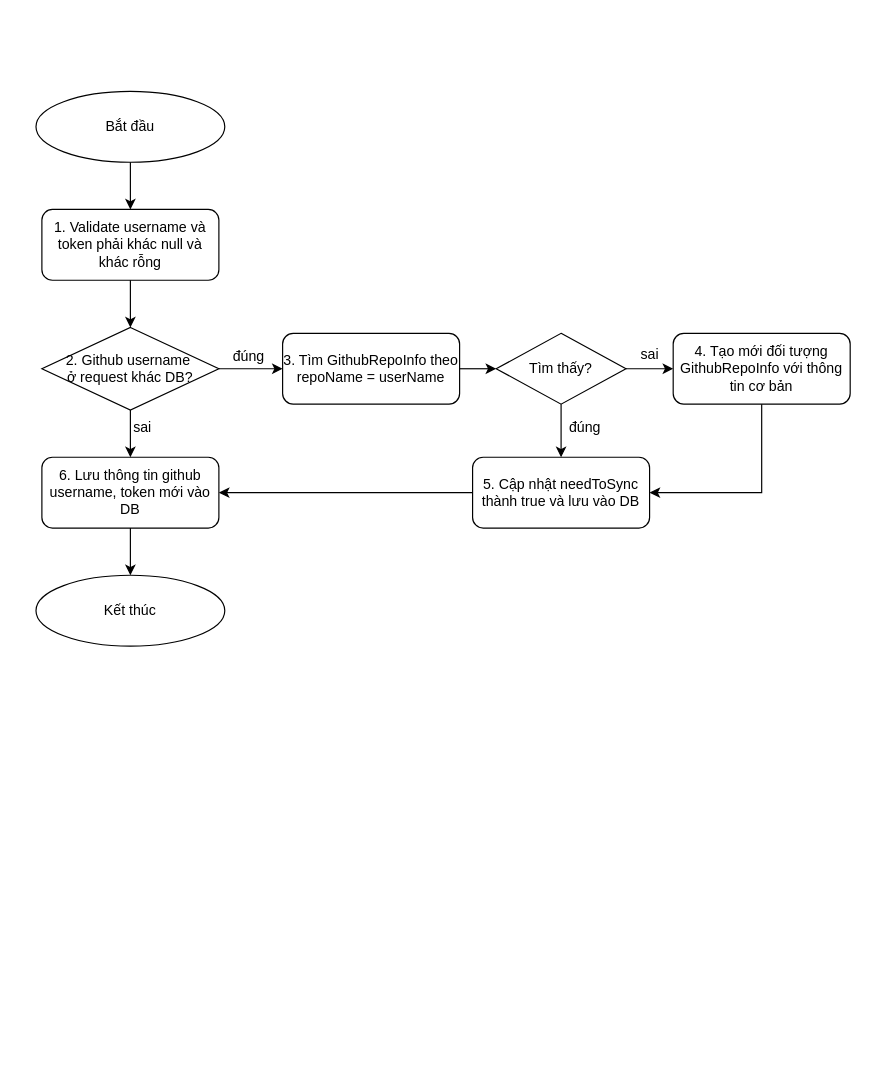
Above: page "sua github user name va token" (7 of 7) of K8SCloudNut.drawio in hiep1097/drawio (draw.io), before the change. Source tidied: cells renumbered, new cells numbered last; positions are measured from the earlier drawing's top-left corner, leaving out a move shared by most shapes. Both pictures are drawn from the tidied source at 118%, with x=0, y=0 at pixel (35, 91).
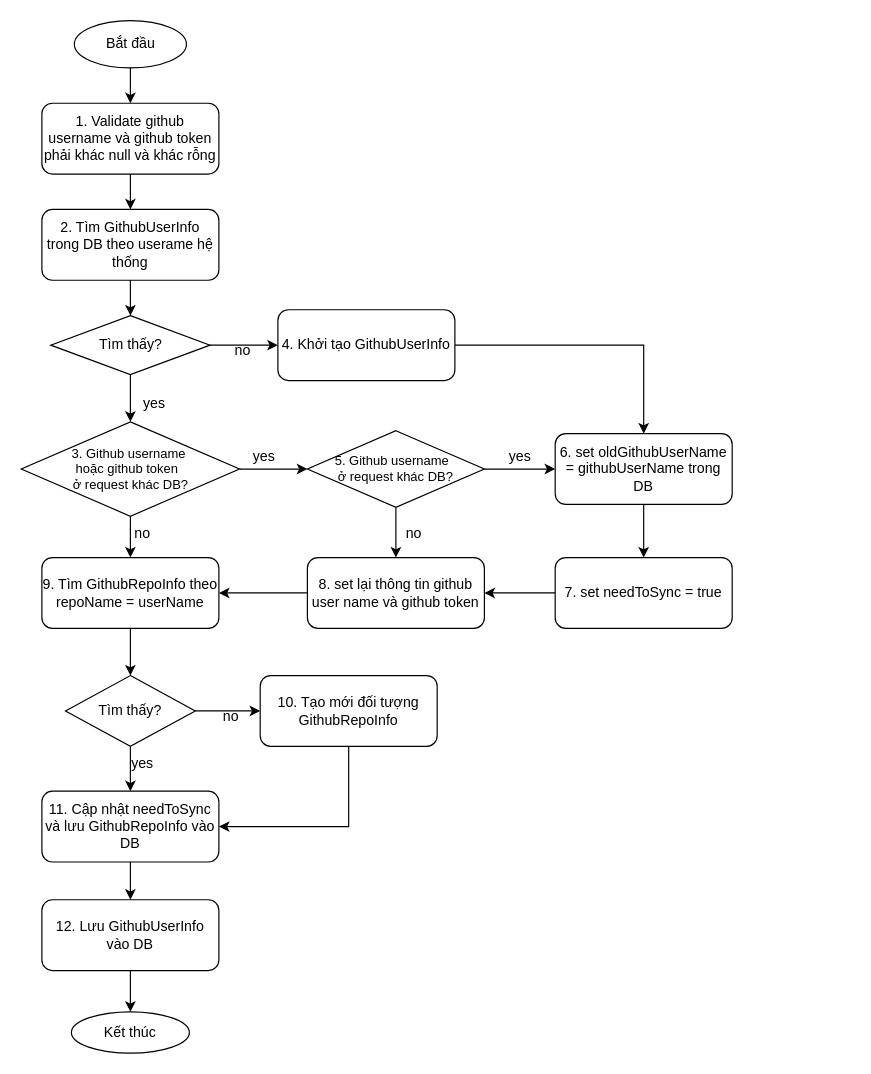
After the change.

Commit message (it also covers changes not shown here):
Cập nhật K8SCloudNut.drawio

The edit, as a diff of the source:
```diff
@@
     <mxCell id="2" value="Bắt đầu" style="ellipse;whiteSpace=wrap;html=1;" parent="1" vertex="1">
-      <mxGeometry width="160" height="60" as="geometry" />
+      <mxGeometry x="32.5" y="-60" width="95" height="40" as="geometry" />
     </mxCell>
-    <mxCell id="3" value="6. Lưu thông tin github username, token mới vào DB" style="rounded=1;whiteSpace=wrap;html=1;" parent="1" vertex="1">
-      <mxGeometry x="5" y="310" width="150" height="60" as="geometry" />
-    </mxCell>
-    <mxCell id="4" value="1. Validate username và token phải khác null và khác rỗng" style="rounded=1;whiteSpace=wrap;html=1;" parent="1" vertex="1">
-      <mxGeometry x="5" y="100" width="150" height="60" as="geometry" />
+    <mxCell id="4" value="1. Validate github username và github token phải khác null và khác rỗng" style="rounded=1;whiteSpace=wrap;html=1;" parent="1" vertex="1">
+      <mxGeometry x="5" y="10" width="150" height="60" as="geometry" />
     </mxCell>
     <mxCell id="5" value="Kết thúc" style="ellipse;whiteSpace=wrap;html=1;" parent="1" vertex="1">
-      <mxGeometry y="410" width="160" height="60" as="geometry" />
+      <mxGeometry x="30" y="780" width="100" height="35" as="geometry" />
     </mxCell>
@@
-    <mxCell id="7" style="endArrow=classic;html=1;rounded=0;" parent="1" edge="1" source="4" target="9">
-      <mxGeometry relative="1" as="geometry" />
+    <mxCell id="7" style="endArrow=classic;html=1;rounded=0;" parent="1" edge="1" source="4" target="25">
+      <mxGeometry relative="1" as="geometry">
+        <Array as="points">
+          <mxPoint x="80" y="80" />
+        </Array>
+      </mxGeometry>
     </mxCell>
-    <mxCell id="8" style="endArrow=classic;html=1;rounded=0;" parent="1" edge="1" source="3" target="5">
+    <mxCell id="8" style="endArrow=classic;html=1;rounded=0;" parent="1" edge="1" source="15" target="46">
       <mxGeometry relative="1" as="geometry" />
     </mxCell>
-    <mxCell id="9" value="2. Github username&amp;nbsp;&lt;div&gt;ở request khác DB?&lt;/div&gt;" style="rhombus;whiteSpace=wrap;html=1;" parent="1" vertex="1">
-      <mxGeometry x="5" y="200" width="150" height="70" as="geometry" />
+    <mxCell id="9" value="3. Github username&amp;nbsp;&lt;div style=&quot;font-size: 11px;&quot;&gt;hoặc github token&amp;nbsp;&amp;nbsp;&lt;div style=&quot;font-size: 11px;&quot;&gt;ở request khác DB?&lt;/div&gt;&lt;/div&gt;" style="rhombus;whiteSpace=wrap;html=1;fontSize=11;" parent="1" vertex="1">
+      <mxGeometry x="-12.5" y="280" width="185" height="80" as="geometry" />
     </mxCell>
-    <mxCell id="10" style="endArrow=classic;html=1;rounded=0;" parent="1" edge="1" source="9">
-      <mxGeometry relative="1" as="geometry">
-        <mxPoint x="209" y="235" as="targetPoint" />
-      </mxGeometry>
+    <mxCell id="10" style="endArrow=classic;html=1;rounded=0;" parent="1" edge="1" source="9" target="33">
+      <mxGeometry relative="1" as="geometry" />
     </mxCell>
-    <mxCell id="11" style="endArrow=classic;html=1;rounded=0;" parent="1" edge="1" source="15" target="3">
-      <mxGeometry relative="1" as="geometry">
-        <Array as="points">
-          <mxPoint x="284" y="340" />
-        </Array>
-      </mxGeometry>
-    </mxCell>
-    <mxCell id="12" style="endArrow=classic;html=1;rounded=0;" parent="1" edge="1" source="9" target="3">
+    <mxCell id="12" style="endArrow=classic;html=1;rounded=0;" parent="1" edge="1" source="9" target="17">
       <mxGeometry relative="1" as="geometry" />
     </mxCell>
-    <mxCell id="13" value="đúng" style="text;html=1;align=center;verticalAlign=middle;strokeColor=none;fillColor=none;" parent="1" vertex="1">
-      <mxGeometry x="155" y="210" width="50" height="30" as="geometry" />
+    <mxCell id="13" value="yes" style="text;html=1;align=center;verticalAlign=middle;strokeColor=none;fillColor=none;" parent="1" vertex="1">
+      <mxGeometry x="172.5" y="295" width="40" height="30" as="geometry" />
     </mxCell>
-    <mxCell id="14" value="sai" style="text;html=1;align=center;verticalAlign=middle;strokeColor=none;fillColor=none;" parent="1" vertex="1">
-      <mxGeometry x="70" y="270" width="40" height="30" as="geometry" />
+    <mxCell id="14" value="no" style="text;html=1;align=center;verticalAlign=middle;strokeColor=none;fillColor=none;" parent="1" vertex="1">
+      <mxGeometry x="70" y="360" width="40" height="30" as="geometry" />
     </mxCell>
-    <mxCell id="15" value="5. Cập nhật needToSync thành true và lưu vào DB" style="rounded=1;whiteSpace=wrap;html=1;" parent="1" vertex="1">
-      <mxGeometry x="370" y="310" width="150" height="60" as="geometry" />
+    <mxCell id="15" value="11. Cập nhật needToSync và lưu GithubRepoInfo vào DB" style="rounded=1;whiteSpace=wrap;html=1;" parent="1" vertex="1">
+      <mxGeometry x="5" y="593" width="150" height="60" as="geometry" />
     </mxCell>
     <mxCell id="16" value="Tìm thấy?" style="rhombus;whiteSpace=wrap;html=1;" parent="1" vertex="1">
-      <mxGeometry x="390" y="205" width="110" height="60" as="geometry" />
+      <mxGeometry x="25" y="495" width="110" height="60" as="geometry" />
     </mxCell>
-    <mxCell id="17" value="3. Tìm GithubRepoInfo theo repoName = userName" style="rounded=1;whiteSpace=wrap;html=1;" parent="1" vertex="1">
-      <mxGeometry x="209" y="205" width="150" height="60" as="geometry" />
+    <mxCell id="17" value="9. Tìm GithubRepoInfo theo repoName = userName" style="rounded=1;whiteSpace=wrap;html=1;" parent="1" vertex="1">
+      <mxGeometry x="5" y="395" width="150" height="60" as="geometry" />
     </mxCell>
-    <mxCell id="18" value="4. Tạo mới đối tượng GithubRepoInfo với thông tin cơ bản" style="rounded=1;whiteSpace=wrap;html=1;" parent="1" vertex="1">
-      <mxGeometry x="540" y="205" width="150" height="60" as="geometry" />
+    <mxCell id="18" value="10. Tạo mới đối tượng GithubRepoInfo" style="rounded=1;whiteSpace=wrap;html=1;" parent="1" vertex="1">
+      <mxGeometry x="190" y="495" width="150" height="60" as="geometry" />
     </mxCell>
@@
     <mxCell id="21" style="endArrow=classic;html=1;rounded=0;" parent="1" edge="1" source="18" target="15">
       <mxGeometry relative="1" as="geometry">
         <Array as="points">
-          <mxPoint x="615" y="340" />
+          <mxPoint x="265" y="623" />
         </Array>
       </mxGeometry>
     </mxCell>
@@
-    <mxCell id="23" value="sai" style="text;html=1;align=center;verticalAlign=middle;strokeColor=none;fillColor=none;" parent="1" vertex="1">
-      <mxGeometry x="500" y="208" width="40" height="30" as="geometry" />
-    </mxCell>
-    <mxCell id="24" value="đúng" style="text;html=1;align=center;verticalAlign=middle;strokeColor=none;fillColor=none;" parent="1" vertex="1">
-      <mxGeometry x="440" y="270" width="50" height="30" as="geometry" />
-    </mxCell>
+    <mxCell id="25" value="2. Tìm GithubUserInfo trong DB theo user&lt;span style=&quot;background-color: initial;&quot;&gt;ame hệ thống&lt;/span&gt;" style="rounded=1;whiteSpace=wrap;html=1;" parent="1" vertex="1">
+      <mxGeometry x="5" y="100" width="150" height="60" as="geometry" />
+    </mxCell>
+    <mxCell id="26" value="Tìm thấy?" style="rhombus;whiteSpace=wrap;html=1;" parent="1" vertex="1">
+      <mxGeometry x="12.5" y="190" width="135" height="50" as="geometry" />
+    </mxCell>
+    <mxCell id="27" value="4. Khởi tạo GithubUserInfo" style="rounded=1;whiteSpace=wrap;html=1;" parent="1" vertex="1">
+      <mxGeometry x="205" y="185" width="150" height="60" as="geometry" />
+    </mxCell>
+    <mxCell id="28" style="endArrow=classic;html=1;rounded=0;" parent="1" edge="1" source="26" target="27">
+      <mxGeometry relative="1" as="geometry" />
+    </mxCell>
+    <mxCell id="29" style="endArrow=classic;html=1;rounded=0;" parent="1" edge="1" source="26" target="9">
+      <mxGeometry relative="1" as="geometry" />
+    </mxCell>
+    <mxCell id="30" style="endArrow=classic;html=1;rounded=0;" parent="1" edge="1" source="25" target="26">
+      <mxGeometry relative="1" as="geometry" />
+    </mxCell>
+    <mxCell id="31" value="no" style="text;html=1;align=center;verticalAlign=middle;strokeColor=none;fillColor=none;" parent="1" vertex="1">
+      <mxGeometry x="155" y="205" width="40" height="30" as="geometry" />
+    </mxCell>
+    <mxCell id="32" value="yes" style="text;html=1;align=center;verticalAlign=middle;strokeColor=none;fillColor=none;" parent="1" vertex="1">
+      <mxGeometry x="80" y="250" width="40" height="30" as="geometry" />
+    </mxCell>
+    <mxCell id="33" value="5. Github username&lt;span style=&quot;background-color: initial;&quot;&gt;&amp;nbsp;&amp;nbsp;&lt;/span&gt;&lt;div style=&quot;font-size: 11px;&quot;&gt;&lt;div style=&quot;font-size: 11px;&quot;&gt;ở request khác DB?&lt;/div&gt;&lt;/div&gt;" style="rhombus;whiteSpace=wrap;html=1;fontSize=11;" parent="1" vertex="1">
+      <mxGeometry x="230" y="287.5" width="150" height="65" as="geometry" />
+    </mxCell>
+    <mxCell id="34" value="6. set oldGithubUserName = githubUserName trong DB" style="rounded=1;whiteSpace=wrap;html=1;" parent="1" vertex="1">
+      <mxGeometry x="440" y="290" width="150" height="60" as="geometry" />
+    </mxCell>
+    <mxCell id="35" style="endArrow=classic;html=1;rounded=0;" parent="1" edge="1" source="33" target="34">
+      <mxGeometry relative="1" as="geometry" />
+    </mxCell>
+    <mxCell id="36" style="endArrow=classic;html=1;rounded=0;" parent="1" edge="1" source="34" target="41">
+      <mxGeometry relative="1" as="geometry" />
+    </mxCell>
+    <mxCell id="37" value="yes" style="text;html=1;align=center;verticalAlign=middle;strokeColor=none;fillColor=none;" parent="1" vertex="1">
+      <mxGeometry x="390" y="295" width="40" height="30" as="geometry" />
+    </mxCell>
+    <mxCell id="38" value="no" style="text;html=1;align=center;verticalAlign=middle;strokeColor=none;fillColor=none;" parent="1" vertex="1">
+      <mxGeometry x="300" y="360" width="40" height="30" as="geometry" />
+    </mxCell>
+    <mxCell id="39" style="endArrow=classic;html=1;rounded=0;" parent="1" edge="1" source="41" target="40">
+      <mxGeometry relative="1" as="geometry" />
+    </mxCell>
+    <mxCell id="40" value="8. set lại thông tin github user name và github token" style="rounded=1;whiteSpace=wrap;html=1;" parent="1" vertex="1">
+      <mxGeometry x="230" y="395" width="150" height="60" as="geometry" />
+    </mxCell>
+    <mxCell id="41" value="7. set needToSync = true" style="rounded=1;whiteSpace=wrap;html=1;" parent="1" vertex="1">
+      <mxGeometry x="440" y="395" width="150" height="60" as="geometry" />
+    </mxCell>
+    <mxCell id="42" style="endArrow=classic;html=1;rounded=0;" parent="1" edge="1" source="33" target="40">
+      <mxGeometry relative="1" as="geometry" />
+    </mxCell>
+    <mxCell id="43" style="endArrow=classic;html=1;rounded=0;" parent="1" edge="1" source="27" target="34">
+      <mxGeometry relative="1" as="geometry">
+        <Array as="points">
+          <mxPoint x="515" y="215" />
+        </Array>
+      </mxGeometry>
+    </mxCell>
+    <mxCell id="44" value="no" style="text;html=1;align=center;verticalAlign=middle;strokeColor=none;fillColor=none;" parent="1" vertex="1">
+      <mxGeometry x="145" y="515" width="40" height="30" as="geometry" />
+    </mxCell>
+    <mxCell id="45" value="yes" style="text;html=1;align=center;verticalAlign=middle;strokeColor=none;fillColor=none;" parent="1" vertex="1">
+      <mxGeometry x="70" y="555" width="40" height="30" as="geometry" />
+    </mxCell>
+    <mxCell id="46" value="12. Lưu GithubUserInfo vào DB" style="rounded=1;whiteSpace=wrap;html=1;" parent="1" vertex="1">
+      <mxGeometry x="5" y="685" width="150" height="60" as="geometry" />
+    </mxCell>
+    <mxCell id="47" style="endArrow=classic;html=1;rounded=0;" parent="1" edge="1" source="46" target="5">
+      <mxGeometry relative="1" as="geometry" />
+    </mxCell>
+    <mxCell id="48" style="endArrow=classic;html=1;rounded=0;" parent="1" edge="1" source="40" target="17">
+      <mxGeometry relative="1" as="geometry" />
+    </mxCell>
```
